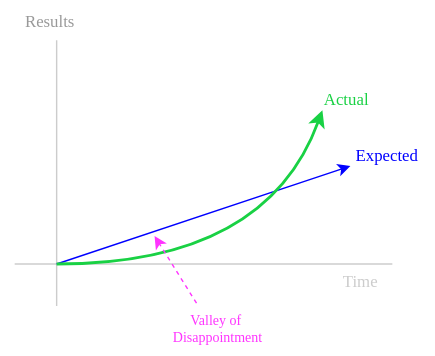
Earlier version of the draw.io export Atomic_Habits/Linear_vs_Exponential_Progress.drawio.svg (datkumar/my-diagrams). Source tidied: cells renumbered, new cells last; positions are measured from the earlier drawing's top-left corner, leaving out a move shared by most shapes.
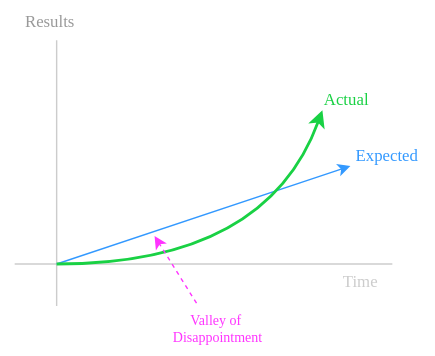
After the change.

What changed in the source:
```diff
@@ -14,7 +14,7 @@
         <mxPoint x="280" y="188" as="targetPoint" />
       </mxGeometry>
     </mxCell>
-    <mxCell id="4" style="endArrow=classic;html=1;rounded=0;strokeColor=#0000FF;fontColor=#CCCCCC;fontFamily=Rubik;fontSource=https%3A%2F%2Ffonts.googleapis.com%2Fcss%3Ffamily%3DRubik;" parent="1" edge="1">
+    <mxCell id="4" style="endArrow=classic;html=1;rounded=0;strokeColor=#3399FF;fontColor=#CCCCCC;fontFamily=Rubik;fontSource=https%3A%2F%2Ffonts.googleapis.com%2Fcss%3Ffamily%3DRubik;" parent="1" edge="1">
       <mxGeometry relative="1" as="geometry">
         <mxPoint x="40" y="188" as="sourcePoint" />
         <mxPoint x="250" y="118" as="targetPoint" />
@@ -35,7 +35,7 @@
     <mxCell id="7" value="Results" style="text;html=1;align=center;verticalAlign=middle;strokeColor=none;fillColor=none;fontColor=#999999;fontFamily=Roboto Mono;fontSource=https%3A%2F%2Ffonts.googleapis.com%2Fcss%3Ffamily%3DRoboto%2BMono;" parent="1" vertex="1">
       <mxGeometry width="70" height="30" as="geometry" />
     </mxCell>
-    <mxCell id="8" value="Expected" style="text;html=1;align=center;verticalAlign=middle;strokeColor=none;fillColor=none;fontFamily=Rubik;fontColor=#0000FF;fontSource=https%3A%2F%2Ffonts.googleapis.com%2Fcss%3Ffamily%3DRubik;" parent="1" vertex="1">
+    <mxCell id="8" value="Expected" style="text;html=1;align=center;verticalAlign=middle;strokeColor=none;fillColor=none;fontFamily=Rubik;fontColor=#3399FF;fontSource=https%3A%2F%2Ffonts.googleapis.com%2Fcss%3Ffamily%3DRubik;" parent="1" vertex="1">
       <mxGeometry x="240" y="98" width="71" height="26" as="geometry" />
     </mxCell>
     <mxCell id="9" value="Actual" style="text;html=1;align=center;verticalAlign=middle;strokeColor=none;fillColor=none;fontFamily=Rubik;fontColor=#19D144;fontSource=https%3A%2F%2Ffonts.googleapis.com%2Fcss%3Ffamily%3DRubik;" parent="1" vertex="1">
```
